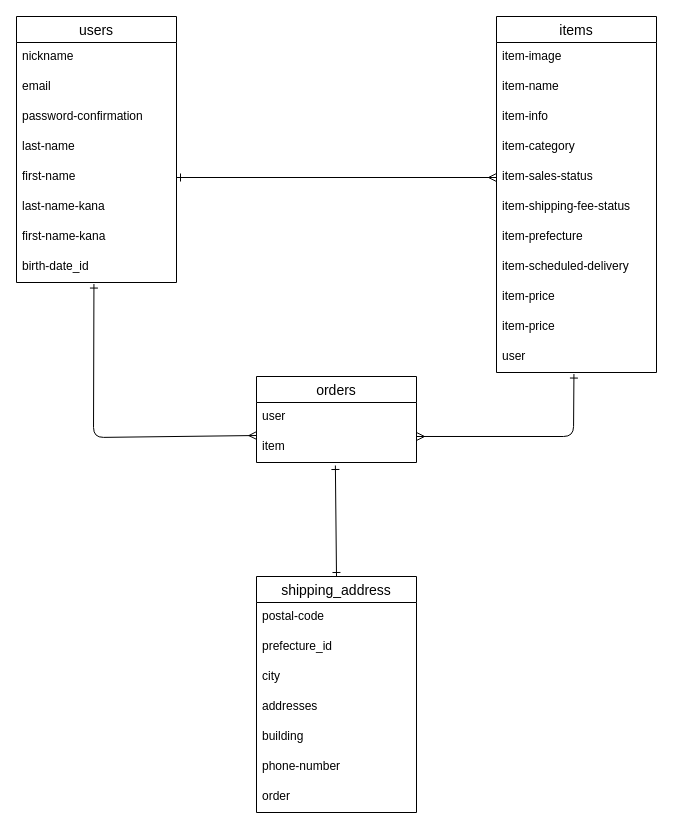
Above: test.dio in Yosh1tomo/furima-36861 (draw.io), before the change. Source tidied: cells renumbered, new cells numbered last; positions are measured from the earlier drawing's top-left corner, leaving out a move shared by most shapes. Both pictures are drawn from the tidied source at 100%, with x=0, y=0 at pixel (16, 16).
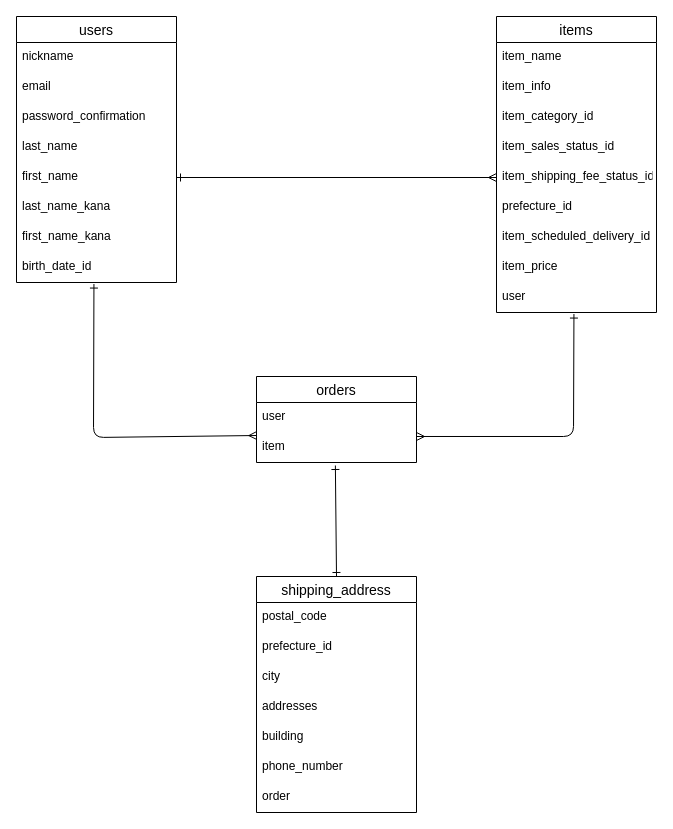
Above is the later version.

Commit message (it also covers changes not shown here):
phone_number綴り、type、order修正

Unchanged cells that the change refers to:
```xml
<mxCell id="14" value="users" style="swimlane;fontStyle=0;horizontal=1;startSize=26;align=center;fontSize=14;" parent="1" vertex="1">
  <mxGeometry width="160" height="266" as="geometry" />
</mxCell>
<mxCell id="30" value="shipping_address" style="swimlane;fontStyle=0;horizontal=1;startSize=26;align=center;fontSize=14;" parent="1" vertex="1">
  <mxGeometry x="240" y="560" width="160" height="236" as="geometry" />
</mxCell>
```

What changed in the source:
```diff
@@
     <mxCell id="2" value="items" style="swimlane;fontStyle=0;horizontal=1;startSize=26;align=center;fontSize=14;" parent="1" vertex="1">
-      <mxGeometry x="480" width="160" height="356" as="geometry" />
+      <mxGeometry x="480" width="160" height="296" as="geometry" />
     </mxCell>
-    <mxCell id="3" value="item-image" style="text;strokeColor=none;fillColor=none;spacingLeft=4;spacingRight=4;overflow=hidden;fontSize=12;" parent="2" vertex="1">
-      <mxGeometry y="26" width="160" height="30" as="geometry" />
-    </mxCell>
-    <mxCell id="4" value="item-name" style="text;strokeColor=none;fillColor=none;spacingLeft=4;spacingRight=4;overflow=hidden;fontSize=12;" parent="2" vertex="1">
-      <mxGeometry y="56" width="160" height="30" as="geometry" />
+    <mxCell id="4" value="item_name" style="text;strokeColor=none;fillColor=none;spacingLeft=4;spacingRight=4;overflow=hidden;fontSize=12;" parent="2" vertex="1">
+      <mxGeometry y="26" width="160" height="30" as="geometry" />
     </mxCell>
-    <mxCell id="5" value="item-info" style="text;strokeColor=none;fillColor=none;spacingLeft=4;spacingRight=4;overflow=hidden;fontSize=12;" parent="2" vertex="1">
-      <mxGeometry y="86" width="160" height="30" as="geometry" />
+    <mxCell id="5" value="item_info" style="text;strokeColor=none;fillColor=none;spacingLeft=4;spacingRight=4;overflow=hidden;fontSize=12;" parent="2" vertex="1">
+      <mxGeometry y="56" width="160" height="30" as="geometry" />
     </mxCell>
-    <mxCell id="6" value="item-category" style="text;strokeColor=none;fillColor=none;spacingLeft=4;spacingRight=4;overflow=hidden;fontSize=12;" parent="2" vertex="1">
-      <mxGeometry y="116" width="160" height="30" as="geometry" />
+    <mxCell id="6" value="item_category_id" style="text;strokeColor=none;fillColor=none;spacingLeft=4;spacingRight=4;overflow=hidden;fontSize=12;" parent="2" vertex="1">
+      <mxGeometry y="86" width="160" height="30" as="geometry" />
     </mxCell>
-    <mxCell id="7" value="item-sales-status" style="text;strokeColor=none;fillColor=none;spacingLeft=4;spacingRight=4;overflow=hidden;points=[[0,0.5],[1,0.5]];portConstraint=eastwest;fontSize=12;" parent="2" vertex="1">
-      <mxGeometry y="146" width="160" height="30" as="geometry" />
+    <mxCell id="7" value="item_sales_status_id" style="text;strokeColor=none;fillColor=none;spacingLeft=4;spacingRight=4;overflow=hidden;points=[[0,0.5],[1,0.5]];portConstraint=eastwest;fontSize=12;" parent="2" vertex="1">
+      <mxGeometry y="116" width="160" height="30" as="geometry" />
     </mxCell>
-    <mxCell id="8" value="item-shipping-fee-status" style="text;strokeColor=none;fillColor=none;spacingLeft=4;spacingRight=4;overflow=hidden;points=[[0,0.5],[1,0.5]];portConstraint=eastwest;fontSize=12;" parent="2" vertex="1">
-      <mxGeometry y="176" width="160" height="30" as="geometry" />
+    <mxCell id="8" value="item_shipping_fee_status_id" style="text;strokeColor=none;fillColor=none;spacingLeft=4;spacingRight=4;overflow=hidden;points=[[0,0.5],[1,0.5]];portConstraint=eastwest;fontSize=12;" parent="2" vertex="1">
+      <mxGeometry y="146" width="160" height="30" as="geometry" />
     </mxCell>
-    <mxCell id="9" value="item-prefecture" style="text;strokeColor=none;fillColor=none;spacingLeft=4;spacingRight=4;overflow=hidden;fontSize=12;" parent="2" vertex="1">
-      <mxGeometry y="206" width="160" height="30" as="geometry" />
+    <mxCell id="9" value="prefecture_id" style="text;strokeColor=none;fillColor=none;spacingLeft=4;spacingRight=4;overflow=hidden;fontSize=12;" parent="2" vertex="1">
+      <mxGeometry y="176" width="160" height="30" as="geometry" />
     </mxCell>
-    <mxCell id="10" value="item-scheduled-delivery" style="text;strokeColor=none;fillColor=none;spacingLeft=4;spacingRight=4;overflow=hidden;fontSize=12;" parent="2" vertex="1">
-      <mxGeometry y="236" width="160" height="30" as="geometry" />
+    <mxCell id="10" value="item_scheduled_delivery_id" style="text;strokeColor=none;fillColor=none;spacingLeft=4;spacingRight=4;overflow=hidden;fontSize=12;" parent="2" vertex="1">
+      <mxGeometry y="206" width="160" height="30" as="geometry" />
     </mxCell>
-    <mxCell id="11" value="item-price" style="text;strokeColor=none;fillColor=none;spacingLeft=4;spacingRight=4;overflow=hidden;fontSize=12;" parent="2" vertex="1">
-      <mxGeometry y="266" width="160" height="30" as="geometry" />
+    <mxCell id="11" value="item_price" style="text;strokeColor=none;fillColor=none;spacingLeft=4;spacingRight=4;overflow=hidden;fontSize=12;" parent="2" vertex="1">
+      <mxGeometry y="236" width="160" height="30" as="geometry" />
     </mxCell>
-    <mxCell id="12" value="item-price" style="text;strokeColor=none;fillColor=none;spacingLeft=4;spacingRight=4;overflow=hidden;fontSize=12;" parent="2" vertex="1">
-      <mxGeometry y="296" width="160" height="30" as="geometry" />
-    </mxCell>
     <mxCell id="13" value="user" style="text;strokeColor=none;fillColor=none;spacingLeft=4;spacingRight=4;overflow=hidden;points=[[0,0.5],[1,0.5]];portConstraint=eastwest;fontSize=12;" parent="2" vertex="1">
-      <mxGeometry y="326" width="160" height="30" as="geometry" />
+      <mxGeometry y="266" width="160" height="30" as="geometry" />
     </mxCell>
@@
-    <mxCell id="17" value="password-confirmation" style="text;strokeColor=none;fillColor=none;spacingLeft=4;spacingRight=4;overflow=hidden;fontSize=12;" parent="14" vertex="1">
+    <mxCell id="17" value="password_confirmation" style="text;strokeColor=none;fillColor=none;spacingLeft=4;spacingRight=4;overflow=hidden;fontSize=12;" parent="14" vertex="1">
       <mxGeometry y="86" width="160" height="30" as="geometry" />
     </mxCell>
-    <mxCell id="18" value="last-name" style="text;strokeColor=none;fillColor=none;spacingLeft=4;spacingRight=4;overflow=hidden;fontSize=12;" parent="14" vertex="1">
+    <mxCell id="18" value="last_name" style="text;strokeColor=none;fillColor=none;spacingLeft=4;spacingRight=4;overflow=hidden;fontSize=12;" parent="14" vertex="1">
       <mxGeometry y="116" width="160" height="30" as="geometry" />
     </mxCell>
-    <mxCell id="19" value="first-name" style="text;strokeColor=none;fillColor=none;spacingLeft=4;spacingRight=4;overflow=hidden;points=[[0,0.5],[1,0.5]];portConstraint=eastwest;fontSize=12;" parent="14" vertex="1">
+    <mxCell id="19" value="first_name" style="text;strokeColor=none;fillColor=none;spacingLeft=4;spacingRight=4;overflow=hidden;points=[[0,0.5],[1,0.5]];portConstraint=eastwest;fontSize=12;" parent="14" vertex="1">
       <mxGeometry y="146" width="160" height="30" as="geometry" />
     </mxCell>
-    <mxCell id="20" value="last-name-kana" style="text;strokeColor=none;fillColor=none;spacingLeft=4;spacingRight=4;overflow=hidden;fontSize=12;" parent="14" vertex="1">
+    <mxCell id="20" value="last_name_kana" style="text;strokeColor=none;fillColor=none;spacingLeft=4;spacingRight=4;overflow=hidden;fontSize=12;" parent="14" vertex="1">
       <mxGeometry y="176" width="160" height="30" as="geometry" />
     </mxCell>
-    <mxCell id="21" value="first-name-kana" style="text;strokeColor=none;fillColor=none;spacingLeft=4;spacingRight=4;overflow=hidden;fontSize=12;" parent="14" vertex="1">
+    <mxCell id="21" value="first_name_kana" style="text;strokeColor=none;fillColor=none;spacingLeft=4;spacingRight=4;overflow=hidden;fontSize=12;" parent="14" vertex="1">
       <mxGeometry y="206" width="160" height="30" as="geometry" />
     </mxCell>
-    <mxCell id="22" value="birth-date_id" style="text;strokeColor=none;fillColor=none;spacingLeft=4;spacingRight=4;overflow=hidden;points=[[0,0.5],[1,0.5]];portConstraint=eastwest;fontSize=12;" parent="14" vertex="1">
+    <mxCell id="22" value="birth_date_id" style="text;strokeColor=none;fillColor=none;spacingLeft=4;spacingRight=4;overflow=hidden;points=[[0,0.5],[1,0.5]];portConstraint=eastwest;fontSize=12;" parent="14" vertex="1">
       <mxGeometry y="236" width="160" height="30" as="geometry" />
     </mxCell>
@@
-    <mxCell id="26" style="edgeStyle=none;html=1;exitX=1;exitY=0.5;exitDx=0;exitDy=0;entryX=0;entryY=0.5;entryDx=0;entryDy=0;jumpStyle=gap;startArrow=ERone;startFill=0;endArrow=ERmany;endFill=0;" parent="1" edge="1" source="19" target="7">
+    <mxCell id="26" style="edgeStyle=none;html=1;exitX=1;exitY=0.5;exitDx=0;exitDy=0;entryX=0;entryY=0.5;entryDx=0;entryDy=0;jumpStyle=gap;startArrow=ERone;startFill=0;endArrow=ERmany;endFill=0;" parent="1" edge="1" source="19" target="8">
       <mxGeometry relative="1" as="geometry" />
     </mxCell>
@@
-    <mxCell id="31" value="postal-code" style="text;strokeColor=none;fillColor=none;spacingLeft=4;spacingRight=4;overflow=hidden;fontSize=12;" parent="30" vertex="1">
+    <mxCell id="31" value="postal_code" style="text;strokeColor=none;fillColor=none;spacingLeft=4;spacingRight=4;overflow=hidden;fontSize=12;" parent="30" vertex="1">
       <mxGeometry y="26" width="160" height="30" as="geometry" />
     </mxCell>
@@
-    <mxCell id="36" value="phone-number" style="text;strokeColor=none;fillColor=none;spacingLeft=4;spacingRight=4;overflow=hidden;fontSize=12;" parent="30" vertex="1">
+    <mxCell id="36" value="phone_number" style="text;strokeColor=none;fillColor=none;spacingLeft=4;spacingRight=4;overflow=hidden;fontSize=12;" parent="30" vertex="1">
       <mxGeometry y="176" width="160" height="30" as="geometry" />
     </mxCell>
```
